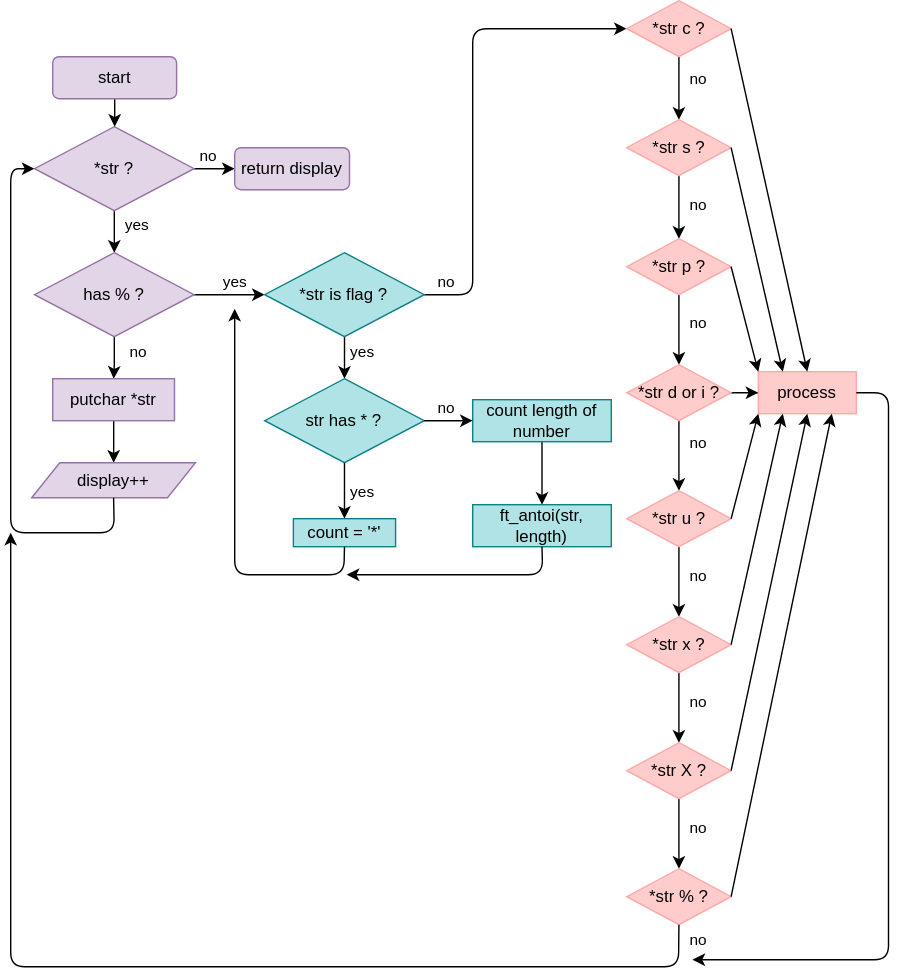
The draw.io diagram docs/flowchart.svg in agatocherry/printf, before a commit. Source tidied: cells renumbered, new cells last; positions are measured from the earlier drawing's top-left corner, leaving out a move shared by most shapes.
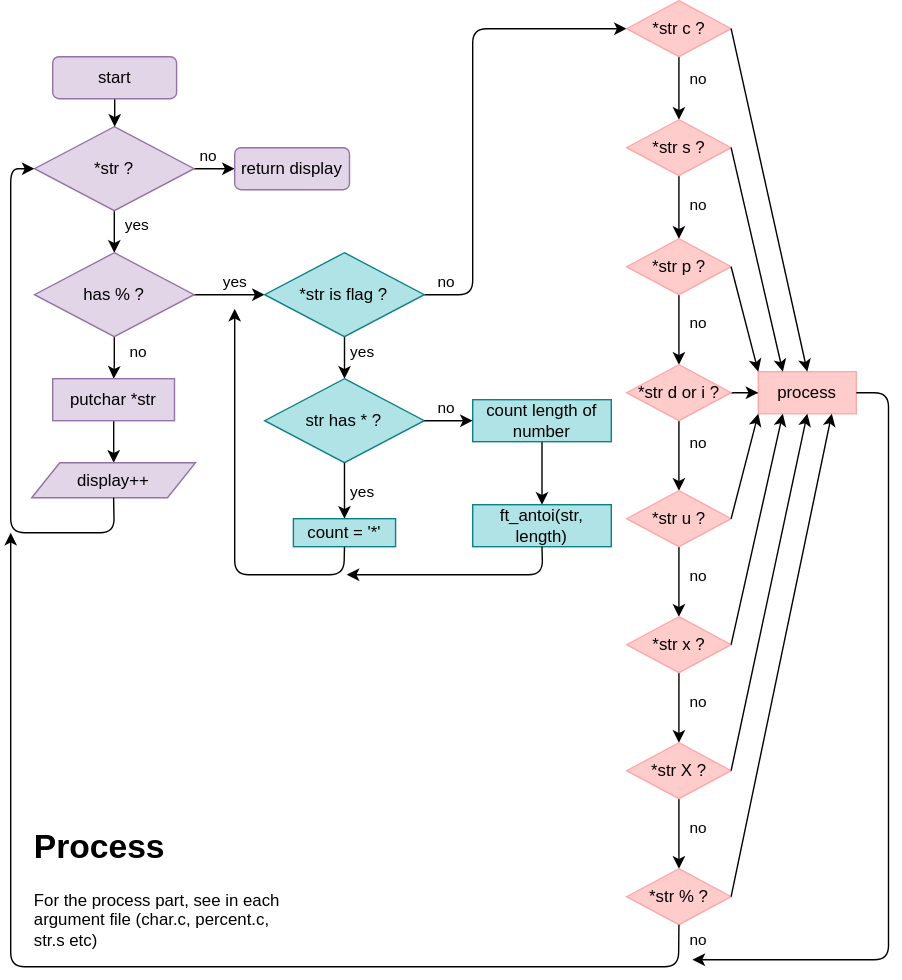
After the change.

Change to the diagram source:
```diff
@@ -269,5 +269,8 @@
         </Array>
       </mxGeometry>
     </mxCell>
+    <mxCell id="69" value="&lt;h1&gt;Process&lt;/h1&gt;&lt;p&gt;For the process part, see in each argument file (char.c, percent.c, str.s etc)&lt;/p&gt;&lt;p&gt;&lt;br&gt;&lt;/p&gt;" style="text;html=1;strokeColor=none;fillColor=none;spacing=5;spacingTop=-20;whiteSpace=wrap;overflow=hidden;rounded=0;" parent="1" vertex="1">
+      <mxGeometry x="11.9" y="585" width="190" height="100" as="geometry" />
+    </mxCell>
   </root>
 </mxGraphModel>
```
